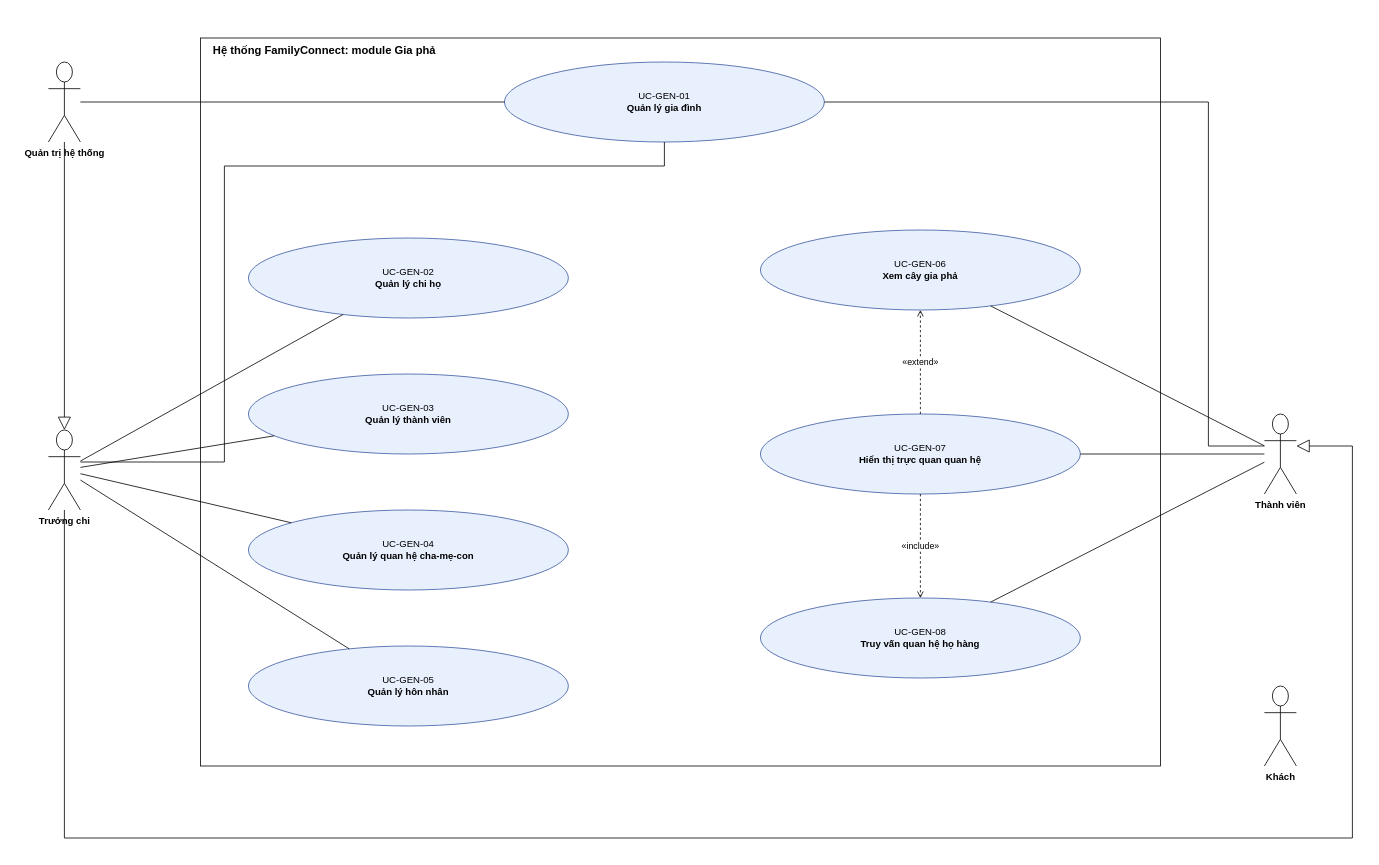
Above: docs/images/genealogy-usecase.drawio in ngthanhtuann/ai-powered-digital-family-community-platform (draw.io), before the change. Source tidied: cells renumbered, new cells numbered last; positions are measured from the earlier drawing's top-left corner, leaving out a move shared by most shapes. Both pictures are drawn from the tidied source at 80%, with x=0, y=0 at pixel (48, 38).
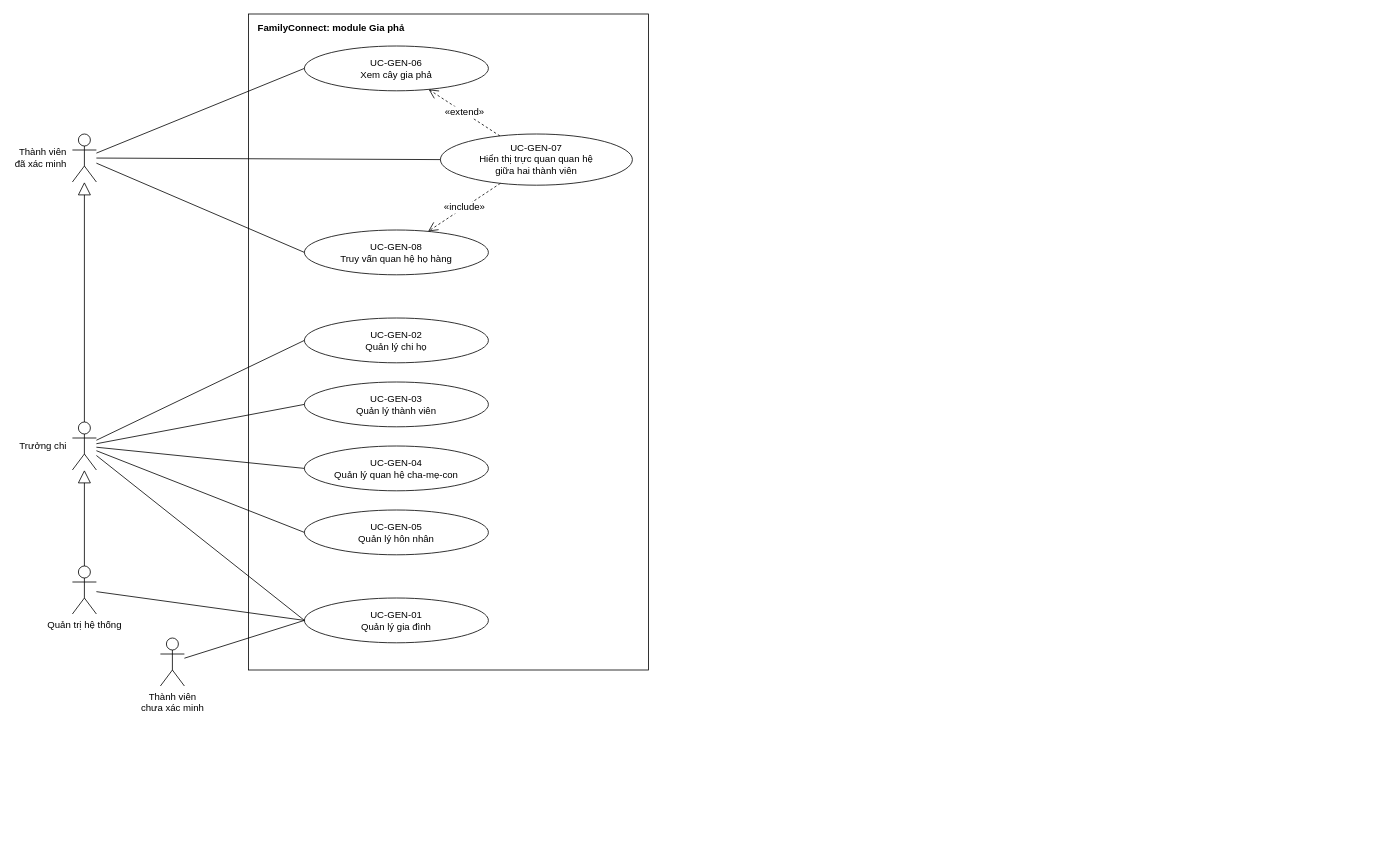
The same page after the edit.

Change to the diagram source:
```diff
@@
-<mxGraphModel>
+<mxGraphModel background="#FFFFFF">
@@
-    <mxCell id="2" value="Hệ thống FamilyConnect: module Gia phả" style="rounded=0;whiteSpace=wrap;html=1;fillColor=none;verticalAlign=top;align=left;spacingLeft=14;fontStyle=1;fontSize=14;" parent="1" vertex="1">
-      <mxGeometry x="190" width="1200" height="910" as="geometry" />
-    </mxCell>
-    <mxCell id="3" value="UC-GEN-01&lt;br&gt;&lt;b&gt;Quản lý gia đình&lt;/b&gt;" style="ellipse;whiteSpace=wrap;html=1;fillColor=#E8F0FE;strokeColor=#3C5AA0;" parent="1" vertex="1">
-      <mxGeometry x="570" y="30" width="400" height="100" as="geometry" />
-    </mxCell>
+    <mxCell id="29" value="FamilyConnect: module Gia phả" style="rounded=0;whiteSpace=wrap;html=1;fillColor=none;verticalAlign=top;align=left;spacingLeft=10;spacingTop=4;fontStyle=1;strokeColor=#000000;fontFamily=Arial;fontSize=12;fontColor=#000000;" parent="1" vertex="1">
+      <mxGeometry x="250" y="-30" width="500" height="820" as="geometry" />
+    </mxCell>
+    <mxCell id="8" value="UC-GEN-06&lt;br&gt;Xem cây gia phả" style="ellipse;whiteSpace=wrap;html=1;fillColor=#FFFFFF;strokeColor=#000000;fontFamily=Arial;fontSize=12;fontColor=#000000;" parent="1" vertex="1">
+      <mxGeometry x="320" y="10" width="230" height="56" as="geometry" />
+    </mxCell>
+    <mxCell id="30" value="UC-GEN-07&lt;br&gt;Hiển thị trực quan quan hệ&lt;br&gt;giữa hai thành viên" style="ellipse;whiteSpace=wrap;html=1;fillColor=#FFFFFF;strokeColor=#000000;fontFamily=Arial;fontSize=12;fontColor=#000000;" parent="1" vertex="1">
+      <mxGeometry x="490" y="120" width="240" height="64" as="geometry" />
+    </mxCell>
+    <mxCell id="10" value="UC-GEN-08&lt;br&gt;Truy vấn quan hệ họ hàng" style="ellipse;whiteSpace=wrap;html=1;fillColor=#FFFFFF;strokeColor=#000000;fontFamily=Arial;fontSize=12;fontColor=#000000;" parent="1" vertex="1">
+      <mxGeometry x="320" y="240" width="230" height="56" as="geometry" />
+    </mxCell>
-    <mxCell id="4" value="UC-GEN-02&lt;br&gt;&lt;b&gt;Quản lý chi họ&lt;/b&gt;" style="ellipse;whiteSpace=wrap;html=1;fillColor=#E8F0FE;strokeColor=#3C5AA0;" parent="1" vertex="1">
-      <mxGeometry x="250" y="250" width="400" height="100" as="geometry" />
+    <mxCell id="4" value="UC-GEN-02&lt;br&gt;Quản lý chi họ" style="ellipse;whiteSpace=wrap;html=1;fillColor=#FFFFFF;strokeColor=#000000;fontFamily=Arial;fontSize=12;fontColor=#000000;" parent="1" vertex="1">
+      <mxGeometry x="320" y="350" width="230" height="56" as="geometry" />
     </mxCell>
-    <mxCell id="5" value="UC-GEN-03&lt;br&gt;&lt;b&gt;Quản lý thành viên&lt;/b&gt;" style="ellipse;whiteSpace=wrap;html=1;fillColor=#E8F0FE;strokeColor=#3C5AA0;" parent="1" vertex="1">
-      <mxGeometry x="250" y="420" width="400" height="100" as="geometry" />
+    <mxCell id="5" value="UC-GEN-03&lt;br&gt;Quản lý thành viên" style="ellipse;whiteSpace=wrap;html=1;fillColor=#FFFFFF;strokeColor=#000000;fontFamily=Arial;fontSize=12;fontColor=#000000;" parent="1" vertex="1">
+      <mxGeometry x="320" y="430" width="230" height="56" as="geometry" />
     </mxCell>
-    <mxCell id="6" value="UC-GEN-04&lt;br&gt;&lt;b&gt;Quản lý quan hệ cha-mẹ-con&lt;/b&gt;" style="ellipse;whiteSpace=wrap;html=1;fillColor=#E8F0FE;strokeColor=#3C5AA0;" parent="1" vertex="1">
-      <mxGeometry x="250" y="590" width="400" height="100" as="geometry" />
+    <mxCell id="6" value="UC-GEN-04&lt;br&gt;Quản lý quan hệ cha-mẹ-con" style="ellipse;whiteSpace=wrap;html=1;fillColor=#FFFFFF;strokeColor=#000000;fontFamily=Arial;fontSize=12;fontColor=#000000;" parent="1" vertex="1">
+      <mxGeometry x="320" y="510" width="230" height="56" as="geometry" />
     </mxCell>
-    <mxCell id="7" value="UC-GEN-05&lt;br&gt;&lt;b&gt;Quản lý hôn nhân&lt;/b&gt;" style="ellipse;whiteSpace=wrap;html=1;fillColor=#E8F0FE;strokeColor=#3C5AA0;" parent="1" vertex="1">
-      <mxGeometry x="250" y="760" width="400" height="100" as="geometry" />
+    <mxCell id="7" value="UC-GEN-05&lt;br&gt;Quản lý hôn nhân" style="ellipse;whiteSpace=wrap;html=1;fillColor=#FFFFFF;strokeColor=#000000;fontFamily=Arial;fontSize=12;fontColor=#000000;" parent="1" vertex="1">
+      <mxGeometry x="320" y="590" width="230" height="56" as="geometry" />
     </mxCell>
-    <mxCell id="8" value="UC-GEN-06&lt;br&gt;&lt;b&gt;Xem cây gia phả&lt;/b&gt;" style="ellipse;whiteSpace=wrap;html=1;fillColor=#E8F0FE;strokeColor=#3C5AA0;" parent="1" vertex="1">
-      <mxGeometry x="890" y="240" width="400" height="100" as="geometry" />
-    </mxCell>
-    <mxCell id="9" value="UC-GEN-07&lt;br&gt;&lt;b&gt;Hiển thị trực quan quan hệ&lt;/b&gt;" style="ellipse;whiteSpace=wrap;html=1;fillColor=#E8F0FE;strokeColor=#3C5AA0;" parent="1" vertex="1">
-      <mxGeometry x="890" y="470" width="400" height="100" as="geometry" />
-    </mxCell>
-    <mxCell id="10" value="UC-GEN-08&lt;br&gt;&lt;b&gt;Truy vấn quan hệ họ hàng&lt;/b&gt;" style="ellipse;whiteSpace=wrap;html=1;fillColor=#E8F0FE;strokeColor=#3C5AA0;" parent="1" vertex="1">
-      <mxGeometry x="890" y="700" width="400" height="100" as="geometry" />
-    </mxCell>
+    <mxCell id="3" value="UC-GEN-01&lt;br&gt;Quản lý gia đình" style="ellipse;whiteSpace=wrap;html=1;fillColor=#FFFFFF;strokeColor=#000000;fontFamily=Arial;fontSize=12;fontColor=#000000;" parent="1" vertex="1">
+      <mxGeometry x="320" y="700" width="230" height="56" as="geometry" />
+    </mxCell>
+    <mxCell id="31" value="Thành viên&lt;br&gt;đã xác minh" style="shape=umlActor;html=1;outlineConnect=0;fillColor=#FFFFFF;labelPosition=left;verticalLabelPosition=middle;align=right;verticalAlign=middle;spacingRight=6;strokeColor=#000000;fontFamily=Arial;fontSize=12;fontColor=#000000;" parent="1" vertex="1">
+      <mxGeometry x="30" y="120" width="30" height="60" as="geometry" />
+    </mxCell>
+    <mxCell id="12" value="Trưởng chi" style="shape=umlActor;html=1;outlineConnect=0;fillColor=#FFFFFF;labelPosition=left;verticalLabelPosition=middle;align=right;verticalAlign=middle;spacingRight=6;strokeColor=#000000;fontFamily=Arial;fontSize=12;fontColor=#000000;" parent="1" vertex="1">
+      <mxGeometry x="30" y="480" width="30" height="60" as="geometry" />
+    </mxCell>
-    <mxCell id="11" value="Quản trị hệ thống" style="shape=umlActor;verticalLabelPosition=bottom;verticalAlign=top;html=1;outlineConnect=0;fontStyle=1;" parent="1" vertex="1">
-      <mxGeometry y="30" width="40" height="100" as="geometry" />
+    <mxCell id="11" value="Quản trị hệ thống" style="shape=umlActor;html=1;outlineConnect=0;fillColor=#FFFFFF;verticalLabelPosition=bottom;verticalAlign=top;strokeColor=#000000;fontFamily=Arial;fontSize=12;fontColor=#000000;" parent="1" vertex="1">
+      <mxGeometry x="30" y="660" width="30" height="60" as="geometry" />
     </mxCell>
-    <mxCell id="12" value="Trưởng chi" style="shape=umlActor;verticalLabelPosition=bottom;verticalAlign=top;html=1;outlineConnect=0;fontStyle=1;" parent="1" vertex="1">
-      <mxGeometry y="490" width="40" height="100" as="geometry" />
-    </mxCell>
-    <mxCell id="13" value="Thành viên" style="shape=umlActor;verticalLabelPosition=bottom;verticalAlign=top;html=1;outlineConnect=0;fontStyle=1;" parent="1" vertex="1">
-      <mxGeometry x="1520" y="470" width="40" height="100" as="geometry" />
-    </mxCell>
-    <mxCell id="14" value="Khách" style="shape=umlActor;verticalLabelPosition=bottom;verticalAlign=top;html=1;fontStyle=1;" parent="1" vertex="1">
-      <mxGeometry x="1520" y="810" width="40" height="100" as="geometry" />
-    </mxCell>
+    <mxCell id="32" value="Thành viên&lt;br&gt;chưa xác minh" style="shape=umlActor;html=1;outlineConnect=0;fillColor=#FFFFFF;verticalLabelPosition=bottom;verticalAlign=top;strokeColor=#000000;fontFamily=Arial;fontSize=12;fontColor=#000000;" parent="1" vertex="1">
+      <mxGeometry x="140" y="750" width="30" height="60" as="geometry" />
+    </mxCell>
+    <mxCell id="33" style="endArrow=none;html=1;rounded=0;entryX=0;entryY=0.5;entryDx=0;entryDy=0;strokeColor=#000000;" parent="1" edge="1" source="31" target="8">
+      <mxGeometry relative="1" as="geometry" />
+    </mxCell>
+    <mxCell id="34" style="endArrow=none;html=1;rounded=0;entryX=0;entryY=0.5;entryDx=0;entryDy=0;strokeColor=#000000;" parent="1" edge="1" source="31" target="30">
+      <mxGeometry relative="1" as="geometry" />
+    </mxCell>
+    <mxCell id="35" style="endArrow=none;html=1;rounded=0;entryX=0;entryY=0.5;entryDx=0;entryDy=0;strokeColor=#000000;" parent="1" edge="1" source="31" target="10">
+      <mxGeometry relative="1" as="geometry" />
+    </mxCell>
-    <mxCell id="15" style="endArrow=none;html=1;rounded=0;" parent="1" edge="1" source="12" target="4">
+    <mxCell id="15" style="endArrow=none;html=1;rounded=0;entryX=0;entryY=0.5;entryDx=0;entryDy=0;strokeColor=#000000;" parent="1" edge="1" source="12" target="4">
       <mxGeometry relative="1" as="geometry" />
     </mxCell>
-    <mxCell id="16" style="endArrow=none;html=1;rounded=0;" parent="1" edge="1" source="12" target="5">
+    <mxCell id="16" style="endArrow=none;html=1;rounded=0;entryX=0;entryY=0.5;entryDx=0;entryDy=0;strokeColor=#000000;" parent="1" edge="1" source="12" target="5">
       <mxGeometry relative="1" as="geometry" />
     </mxCell>
-    <mxCell id="17" style="endArrow=none;html=1;rounded=0;" parent="1" edge="1" source="12" target="6">
+    <mxCell id="17" style="endArrow=none;html=1;rounded=0;entryX=0;entryY=0.5;entryDx=0;entryDy=0;strokeColor=#000000;" parent="1" edge="1" source="12" target="6">
       <mxGeometry relative="1" as="geometry" />
     </mxCell>
-    <mxCell id="18" style="endArrow=none;html=1;rounded=0;" parent="1" edge="1" source="12" target="7">
+    <mxCell id="18" style="endArrow=none;html=1;rounded=0;entryX=0;entryY=0.5;entryDx=0;entryDy=0;strokeColor=#000000;" parent="1" edge="1" source="12" target="7">
       <mxGeometry relative="1" as="geometry" />
     </mxCell>
-    <mxCell id="19" style="endArrow=none;html=1;rounded=0;edgeStyle=orthogonalEdgeStyle;" parent="1" edge="1" source="12" target="3">
-      <mxGeometry relative="1" as="geometry">
-        <Array as="points">
-          <mxPoint x="220" y="530" />
-          <mxPoint x="220" y="160" />
-        </Array>
-      </mxGeometry>
+    <mxCell id="19" style="endArrow=none;html=1;rounded=0;entryX=0;entryY=0.5;entryDx=0;entryDy=0;strokeColor=#000000;" parent="1" edge="1" source="12" target="3">
+      <mxGeometry relative="1" as="geometry" />
     </mxCell>
-    <mxCell id="20" style="endArrow=none;html=1;rounded=0;" parent="1" edge="1" source="11" target="3">
+    <mxCell id="20" style="endArrow=none;html=1;rounded=0;entryX=0;entryY=0.5;entryDx=0;entryDy=0;strokeColor=#000000;" parent="1" edge="1" source="11" target="3">
       <mxGeometry relative="1" as="geometry" />
     </mxCell>
-    <mxCell id="21" style="endArrow=none;html=1;rounded=0;" parent="1" edge="1" source="13" target="8">
-      <mxGeometry relative="1" as="geometry" />
-    </mxCell>
-    <mxCell id="22" style="endArrow=none;html=1;rounded=0;" parent="1" edge="1" source="13" target="9">
-      <mxGeometry relative="1" as="geometry" />
-    </mxCell>
-    <mxCell id="23" style="endArrow=none;html=1;rounded=0;" parent="1" edge="1" source="13" target="10">
-      <mxGeometry relative="1" as="geometry" />
-    </mxCell>
-    <mxCell id="24" style="endArrow=none;html=1;rounded=0;edgeStyle=orthogonalEdgeStyle;" parent="1" edge="1" source="13" target="3">
-      <mxGeometry relative="1" as="geometry">
-        <Array as="points">
-          <mxPoint x="1450" y="510" />
-          <mxPoint x="1450" y="80" />
-        </Array>
-      </mxGeometry>
-    </mxCell>
+    <mxCell id="36" style="endArrow=none;html=1;rounded=0;entryX=0;entryY=0.5;entryDx=0;entryDy=0;strokeColor=#000000;" parent="1" edge="1" source="32" target="3">
+      <mxGeometry relative="1" as="geometry" />
+    </mxCell>
+    <mxCell id="37" style="endArrow=block;endFill=0;endSize=14;html=1;rounded=0;strokeColor=#000000;" parent="1" edge="1" source="12" target="31">
+      <mxGeometry relative="1" as="geometry" />
+    </mxCell>
-    <mxCell id="25" style="endArrow=block;endFill=0;endSize=14;html=1;rounded=0;" parent="1" edge="1" source="11" target="12">
+    <mxCell id="25" style="endArrow=block;endFill=0;endSize=14;html=1;rounded=0;strokeColor=#000000;" parent="1" edge="1" source="11" target="12">
       <mxGeometry relative="1" as="geometry" />
     </mxCell>
-    <mxCell id="26" style="endArrow=block;endFill=0;endSize=14;html=1;rounded=0;edgeStyle=orthogonalEdgeStyle;" parent="1" edge="1" source="12" target="13">
-      <mxGeometry relative="1" as="geometry">
-        <Array as="points">
-          <mxPoint x="20" y="1000" />
-          <mxPoint x="1630" y="1000" />
-          <mxPoint x="1630" y="510" />
-        </Array>
-      </mxGeometry>
-    </mxCell>
-    <mxCell id="27" value="«extend»" style="endArrow=open;dashed=1;html=1;rounded=0;" parent="1" edge="1" source="9" target="8">
+    <mxCell id="27" value="«extend»" style="endArrow=open;endSize=10;dashed=1;html=1;rounded=0;strokeColor=#000000;fontFamily=Arial;fontSize=12;fontColor=#000000;" parent="1" edge="1" source="30" target="8">
       <mxGeometry relative="1" as="geometry" />
     </mxCell>
-    <mxCell id="28" value="«include»" style="endArrow=open;dashed=1;html=1;rounded=0;" parent="1" edge="1" source="9" target="10">
+    <mxCell id="28" value="«include»" style="endArrow=open;endSize=10;dashed=1;html=1;rounded=0;strokeColor=#000000;fontFamily=Arial;fontSize=12;fontColor=#000000;" parent="1" edge="1" source="30" target="10">
       <mxGeometry relative="1" as="geometry" />
     </mxCell>
```
